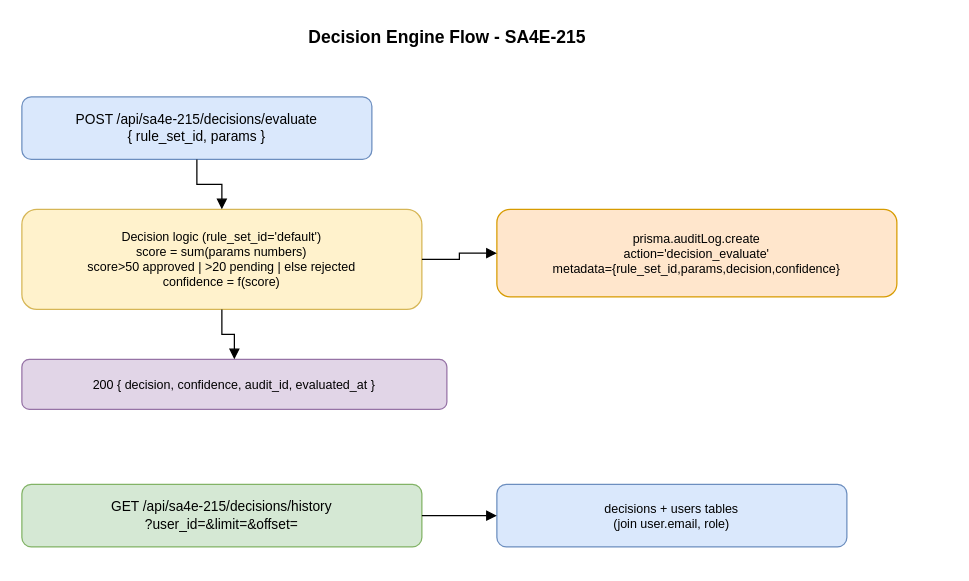
Earlier version of the draw.io diagram documents/SA4E-215/diagrams/decision-flow.drawio (TranHoang1/SDLC-Agents-4-Enteprise). Source tidied: cells renumbered, new cells numbered last; positions are measured from the earlier drawing's top-left corner, leaving out a move shared by most shapes. Both pictures are drawn from the tidied source at 125%, with x=0, y=0 at pixel (21, 21).
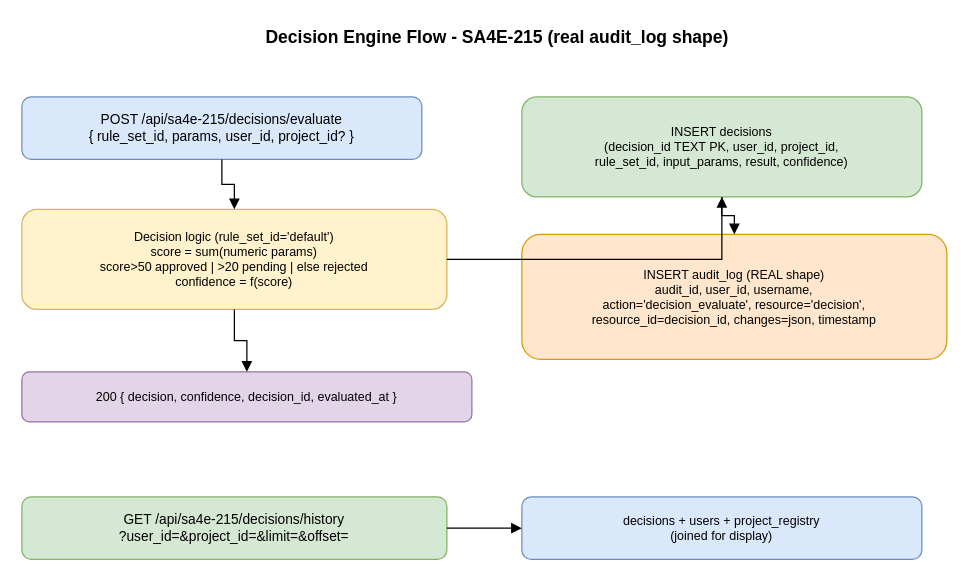
The same page after the edit.

What changed in the source:
```diff
@@
 <mxGraphModel>
   <root>
     <mxCell id="0" />
     <mxCell id="1" parent="0" />
-    <mxCell id="2" value="Decision Engine Flow - SA4E-215" style="text;html=1;align=center;verticalAlign=middle;fontSize=14;fontStyle=1;" parent="1" vertex="1">
-      <mxGeometry x="60" width="560" height="24" as="geometry" />
+    <mxCell id="2" value="Decision Engine Flow - SA4E-215 (real audit_log shape)" style="text;html=1;align=center;verticalAlign=middle;fontSize=14;fontStyle=1;" parent="1" vertex="1">
+      <mxGeometry x="60" width="640" height="24" as="geometry" />
     </mxCell>
-    <mxCell id="3" value="POST /api/sa4e-215/decisions/evaluate&lt;br/&gt;{ rule_set_id, params }" style="rounded=1;whiteSpace=wrap;html=1;fillColor=#dae8fc;strokeColor=#6c8ebf;fontSize=11;" parent="1" vertex="1">
-      <mxGeometry y="60" width="280" height="50" as="geometry" />
+    <mxCell id="3" value="POST /api/sa4e-215/decisions/evaluate&lt;br/&gt;{ rule_set_id, params, user_id, project_id? }" style="rounded=1;whiteSpace=wrap;html=1;fillColor=#dae8fc;strokeColor=#6c8ebf;fontSize=11;" parent="1" vertex="1">
+      <mxGeometry y="60" width="320" height="50" as="geometry" />
     </mxCell>
-    <mxCell id="4" value="Decision logic (rule_set_id='default')&lt;br/&gt;score = sum(params numbers)&lt;br/&gt;score&gt;50 approved | &gt;20 pending | else rejected&lt;br/&gt;confidence = f(score)" style="rounded=1;whiteSpace=wrap;html=1;fillColor=#fff2cc;strokeColor=#d6b656;fontSize=10;" parent="1" vertex="1">
-      <mxGeometry y="150" width="320" height="80" as="geometry" />
+    <mxCell id="4" value="Decision logic (rule_set_id='default')&lt;br/&gt;score = sum(numeric params)&lt;br/&gt;score&gt;50 approved | &gt;20 pending | else rejected&lt;br/&gt;confidence = f(score)" style="rounded=1;whiteSpace=wrap;html=1;fillColor=#fff2cc;strokeColor=#d6b656;fontSize=10;" parent="1" vertex="1">
+      <mxGeometry y="150" width="340" height="80" as="geometry" />
     </mxCell>
+    <mxCell id="13" value="INSERT decisions&lt;br/&gt;(decision_id TEXT PK, user_id, project_id,&lt;br/&gt;rule_set_id, input_params, result, confidence)" style="rounded=1;whiteSpace=wrap;html=1;fillColor=#d5e8d4;strokeColor=#82b366;fontSize=10;" parent="1" vertex="1">
+      <mxGeometry x="400" y="60" width="320" height="80" as="geometry" />
+    </mxCell>
-    <mxCell id="5" value="prisma.auditLog.create&lt;br/&gt;action='decision_evaluate'&lt;br/&gt;metadata={rule_set_id,params,decision,confidence}" style="rounded=1;whiteSpace=wrap;html=1;fillColor=#ffe6cc;strokeColor=#d79b00;fontSize=10;" parent="1" vertex="1">
-      <mxGeometry x="380" y="150" width="320" height="70" as="geometry" />
+    <mxCell id="5" value="INSERT audit_log (REAL shape)&lt;br/&gt;audit_id, user_id, username,&lt;br/&gt;action='decision_evaluate', resource='decision',&lt;br/&gt;resource_id=decision_id, changes=json, timestamp" style="rounded=1;whiteSpace=wrap;html=1;fillColor=#ffe6cc;strokeColor=#d79b00;fontSize=10;" parent="1" vertex="1">
+      <mxGeometry x="400" y="170" width="340" height="100" as="geometry" />
     </mxCell>
-    <mxCell id="6" value="200 { decision, confidence, audit_id, evaluated_at }" style="rounded=1;whiteSpace=wrap;html=1;fillColor=#e1d5e7;strokeColor=#9673a6;fontSize=10;" parent="1" vertex="1">
-      <mxGeometry y="270" width="340" height="40" as="geometry" />
+    <mxCell id="6" value="200 { decision, confidence, decision_id, evaluated_at }" style="rounded=1;whiteSpace=wrap;html=1;fillColor=#e1d5e7;strokeColor=#9673a6;fontSize=10;" parent="1" vertex="1">
+      <mxGeometry y="280" width="360" height="40" as="geometry" />
     </mxCell>
-    <mxCell id="7" value="GET /api/sa4e-215/decisions/history&lt;br/&gt;?user_id=&amp;limit=&amp;offset=" style="rounded=1;whiteSpace=wrap;html=1;fillColor=#d5e8d4;strokeColor=#82b366;fontSize=11;" parent="1" vertex="1">
-      <mxGeometry y="370" width="320" height="50" as="geometry" />
+    <mxCell id="7" value="GET /api/sa4e-215/decisions/history&lt;br/&gt;?user_id=&amp;project_id=&amp;limit=&amp;offset=" style="rounded=1;whiteSpace=wrap;html=1;fillColor=#d5e8d4;strokeColor=#82b366;fontSize=11;" parent="1" vertex="1">
+      <mxGeometry y="380" width="340" height="50" as="geometry" />
     </mxCell>
-    <mxCell id="8" value="decisions + users tables&lt;br/&gt;(join user.email, role)" style="rounded=1;whiteSpace=wrap;html=1;fillColor=#dae8fc;strokeColor=#6c8ebf;fontSize=10;" parent="1" vertex="1">
-      <mxGeometry x="380" y="370" width="280" height="50" as="geometry" />
+    <mxCell id="8" value="decisions + users + project_registry&lt;br/&gt;(joined for display)" style="rounded=1;whiteSpace=wrap;html=1;fillColor=#dae8fc;strokeColor=#6c8ebf;fontSize=10;" parent="1" vertex="1">
+      <mxGeometry x="400" y="380" width="320" height="50" as="geometry" />
     </mxCell>
     <mxCell id="9" style="edgeStyle=orthogonalEdgeStyle;rounded=0;html=1;endArrow=block;" parent="1" edge="1" source="3" target="4">
       <mxGeometry relative="1" as="geometry" />
     </mxCell>
-    <mxCell id="10" style="edgeStyle=orthogonalEdgeStyle;rounded=0;html=1;endArrow=block;" parent="1" edge="1" source="4" target="5">
+    <mxCell id="10" style="edgeStyle=orthogonalEdgeStyle;rounded=0;html=1;endArrow=block;" parent="1" edge="1" source="4" target="13">
       <mxGeometry relative="1" as="geometry" />
     </mxCell>
-    <mxCell id="11" style="edgeStyle=orthogonalEdgeStyle;rounded=0;html=1;endArrow=block;" parent="1" edge="1" source="4" target="6">
+    <mxCell id="11" style="edgeStyle=orthogonalEdgeStyle;rounded=0;html=1;endArrow=block;" parent="1" edge="1" source="13" target="5">
       <mxGeometry relative="1" as="geometry" />
     </mxCell>
-    <mxCell id="12" style="edgeStyle=orthogonalEdgeStyle;rounded=0;html=1;endArrow=block;" parent="1" edge="1" source="7" target="8">
+    <mxCell id="12" style="edgeStyle=orthogonalEdgeStyle;rounded=0;html=1;endArrow=block;" parent="1" edge="1" source="4" target="6">
       <mxGeometry relative="1" as="geometry" />
     </mxCell>
+    <mxCell id="14" style="edgeStyle=orthogonalEdgeStyle;rounded=0;html=1;endArrow=block;" parent="1" edge="1" source="7" target="8">
+      <mxGeometry relative="1" as="geometry" />
+    </mxCell>
   </root>
 </mxGraphModel>
```
